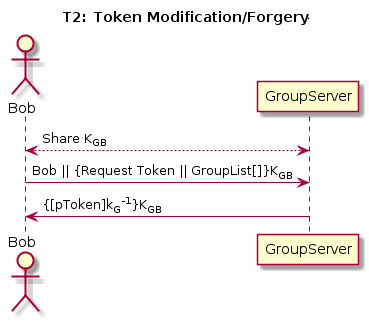
The PlantUML diagram reports/img/T2.png in jondyer/cs1653-2017fa-jbd29-mar257-zds14, before a commit. Its source is kept beside it as reports/img/T2.puml.
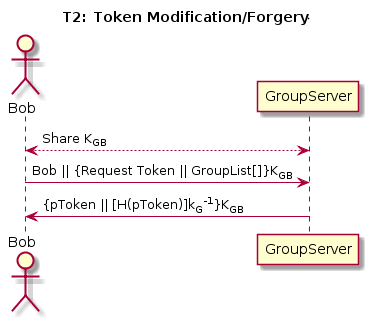
The same file after the commit.

Change to the diagram source:
```diff
@@ -5,6 +5,6 @@
 
 Bob <--> GroupServer: Share K<sub>GB</sub>
 Bob -> GroupServer: Bob || {Request Token || GroupList[]}K<sub>GB</sub>
-GroupServer -> Bob: {[pToken]k<sub>G</sub><sup>-1</sup>}K<sub>GB</sub>
+GroupServer -> Bob: {pToken || [H(pToken)]k<sub>G</sub><sup>-1</sup>}K<sub>GB</sub>
 
 @enduml
```
